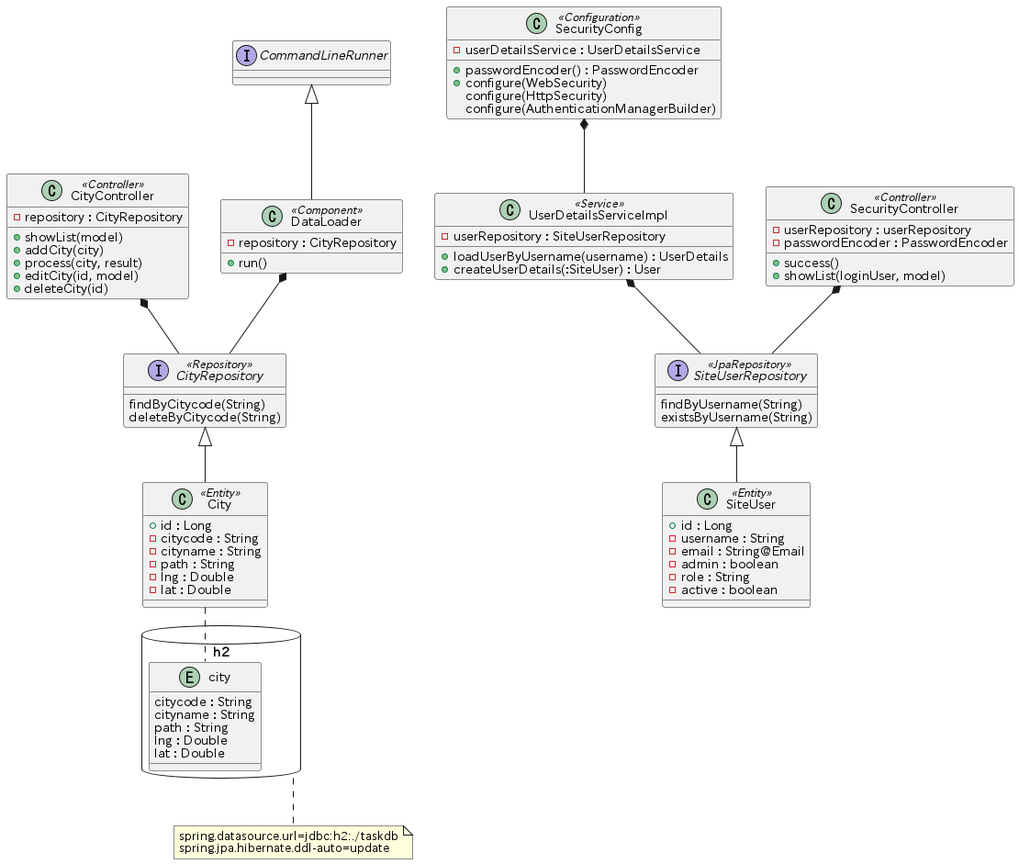
Earlier version of the PlantUML export class.png (yuuhayashi/task-bldg).
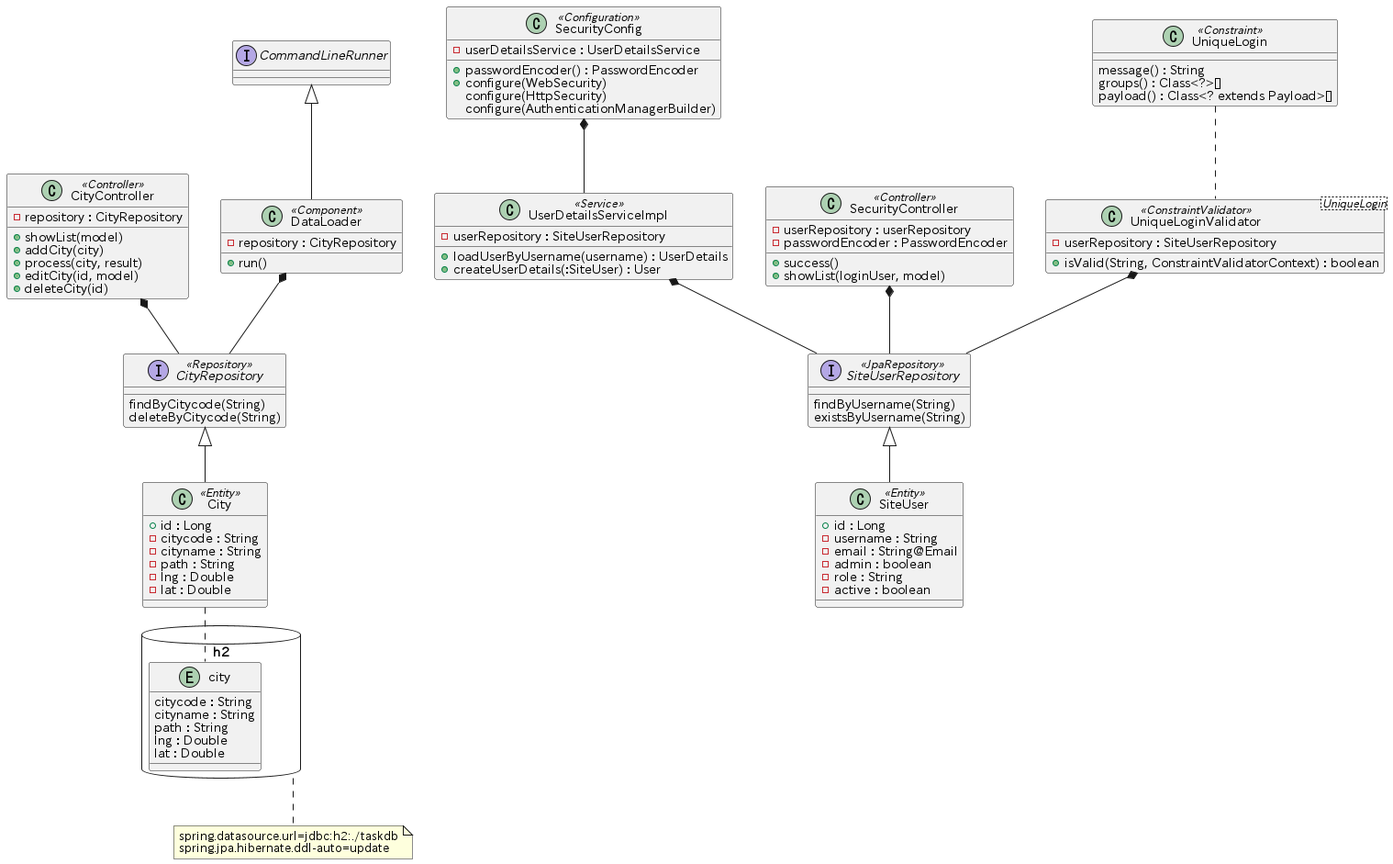
The same diagram one commit later.

Change to the diagram source:
```diff
@@ -41,6 +41,17 @@
   - active : boolean
 }
 
+class UniqueLoginValidator<UniqueLogin> <<ConstraintValidator>> {
+  - userRepository : SiteUserRepository
+  + isValid(String, ConstraintValidatorContext) : boolean
+}
+
+class UniqueLogin <<Constraint>> {
+  message() : String
+  groups() : Class<?>[]
+  payload() : Class<? extends Payload>[]
+}
+
 interface SiteUserRepository <<JpaRepository>> {
 	findByUsername(String)
 	existsByUsername(String)
@@ -48,6 +59,8 @@
 SecurityConfig *-- UserDetailsServiceImpl
 UserDetailsServiceImpl *-- SiteUserRepository
 SecurityController *-- SiteUserRepository
+UniqueLoginValidator *-- SiteUserRepository
+UniqueLogin .. UniqueLoginValidator
 SiteUserRepository <|-- SiteUser
 
 class City <<Entity>> {
```
